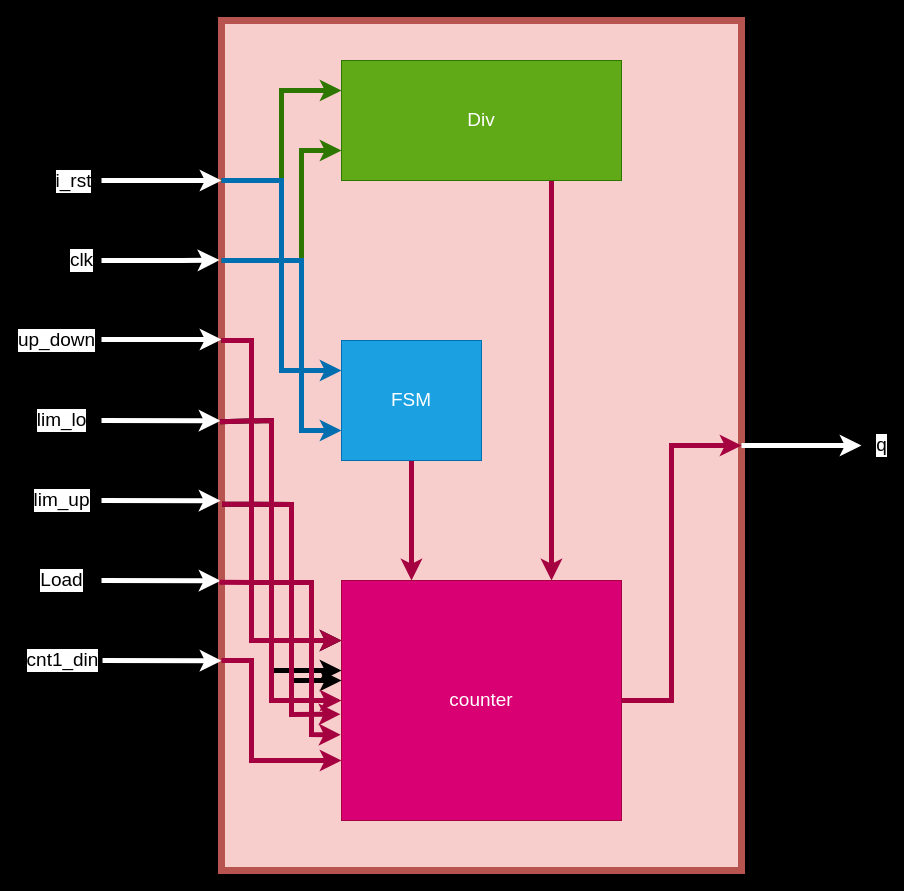
gordonpow/lab_hardware_test keeps this draw.io diagram as 2/img/架構圖.drawio. Above is the earlier version. Source tidied: cells renumbered, new cells numbered last; positions are measured from the earlier drawing's top-left corner, leaving out a move shared by most shapes. Both pictures are drawn from the tidied source at 100%, with x=0, y=0 at pixel (101, 20).
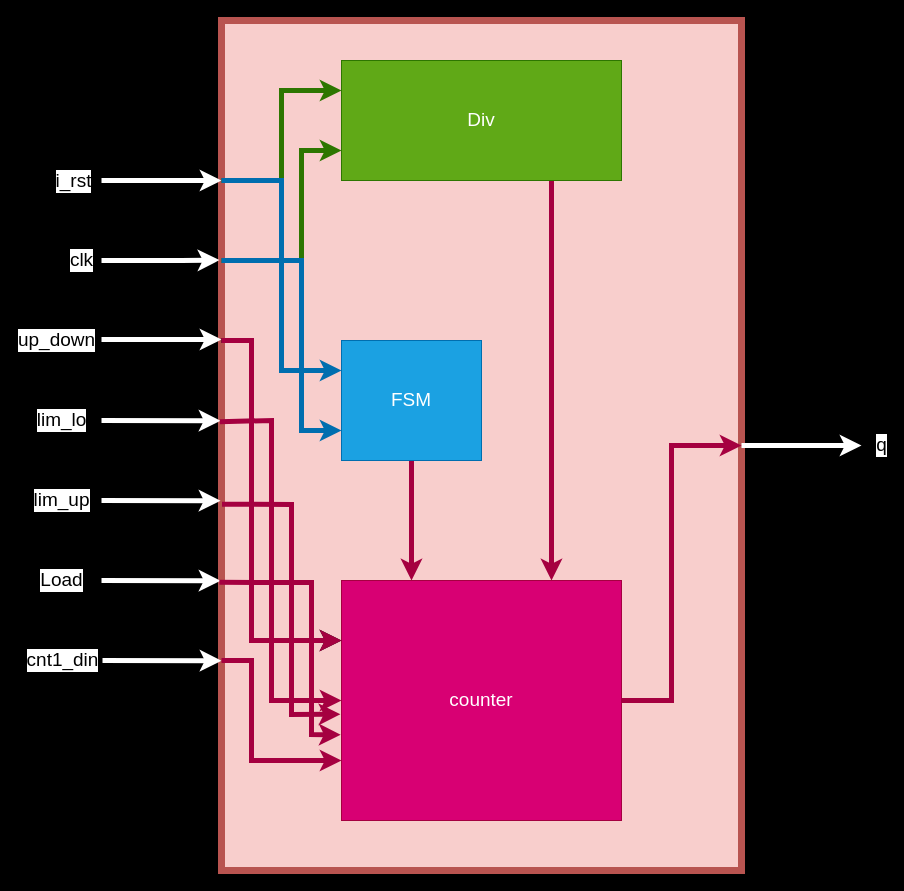
After the change.

Unchanged cells that the change refers to:
```xml
<mxCell id="2" style="rounded=0;whiteSpace=wrap;html=1;fillColor=#f8cecc;strokeColor=#b85450;strokeWidth=7;align=left;horizontal=1;verticalAlign=top;fontSize=19;" parent="1" vertex="1">
  <mxGeometry x="120" width="520" height="850" as="geometry" />
</mxCell>
```

What changed in the source:
```diff
@@
-    <mxCell id="24" style="edgeStyle=none;jettySize=auto;html=1;strokeWidth=5;fontSize=19;exitX=-0.003;exitY=0.472;exitDx=0;exitDy=0;exitPerimeter=0;rounded=0;" parent="1" edge="1" source="2">
-      <mxGeometry relative="1" as="geometry">
-        <mxPoint x="240" y="650" as="targetPoint" />
-        <Array as="points">
-          <mxPoint x="170" y="400" />
-          <mxPoint x="170" y="650" />
-        </Array>
-      </mxGeometry>
-    </mxCell>
-    <mxCell id="25" style="edgeStyle=none;jettySize=auto;html=1;strokeWidth=5;fontSize=19;exitX=0.001;exitY=0.569;exitDx=0;exitDy=0;exitPerimeter=0;rounded=0;" parent="1" edge="1" source="2">
-      <mxGeometry relative="1" as="geometry">
-        <mxPoint x="240" y="660" as="targetPoint" />
-        <Array as="points">
-          <mxPoint x="190" y="484" />
-          <mxPoint x="190" y="660" />
-        </Array>
-      </mxGeometry>
-    </mxCell>
```
